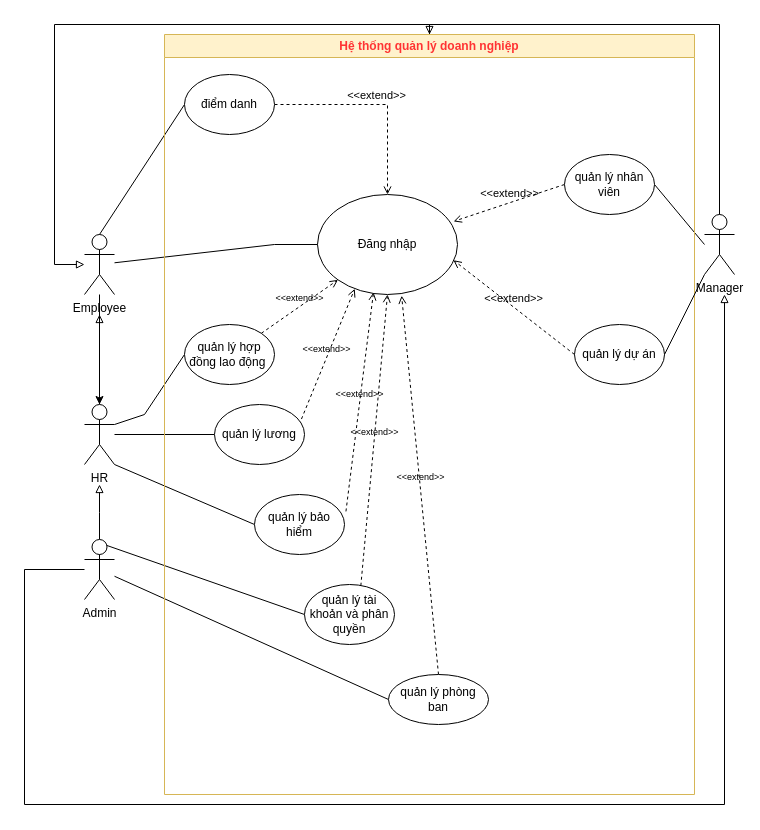
Earlier version of the draw.io diagram SoDoTongQuat.drawio (hoangda24312/Group4-DesigningSystem). Source tidied: cells renumbered, new cells numbered last; positions are measured from the earlier drawing's top-left corner, leaving out a move shared by most shapes. Both pictures are drawn from the tidied source at 100%, with x=0, y=0 at pixel (24, 24).
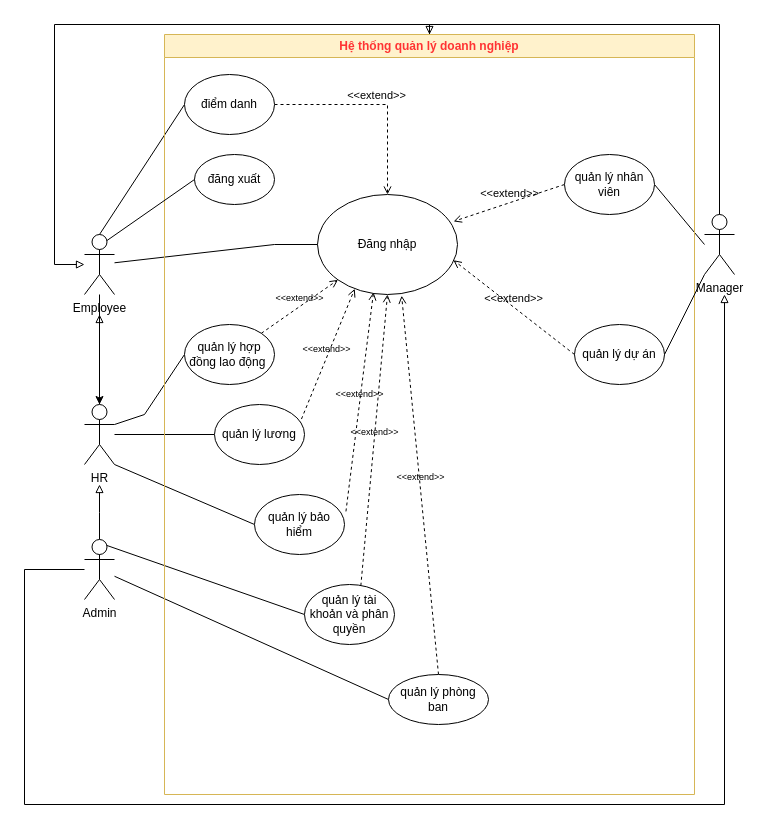
The same diagram, later.

The change refers to these unchanged cells:
```xml
<mxCell id="6" value="Employee" style="shape=umlActor;verticalLabelPosition=bottom;verticalAlign=top;html=1;outlineConnect=0;" parent="1" vertex="1">
  <mxGeometry x="60" y="210" width="30" height="60" as="geometry" />
</mxCell>
<mxCell id="28" value="&lt;font style=&quot;color: rgb(255, 51, 51);&quot;&gt;Hệ thống quản lý doanh nghiệp&lt;/font&gt;" style="swimlane;whiteSpace=wrap;html=1;fillColor=#fff2cc;strokeColor=#d6b656;gradientColor=none;" parent="1" vertex="1">
  <mxGeometry x="140" y="10" width="530" height="760" as="geometry" />
</mxCell>
```

The edit, as a diff of the source:
```diff
@@
+    <mxCell id="39" value="đăng xuất" style="ellipse;whiteSpace=wrap;html=1;" parent="28" vertex="1">
+      <mxGeometry x="30" y="120" width="80" height="50" as="geometry" />
+    </mxCell>
@@
+    <mxCell id="40" style="endArrow=none;html=1;rounded=0;entryX=0;entryY=0.5;entryDx=0;entryDy=0;exitX=0.75;exitY=0.1;exitDx=0;exitDy=0;exitPerimeter=0;" parent="1" edge="1" source="6" target="39">
+      <mxGeometry relative="1" as="geometry" />
+    </mxCell>
```
